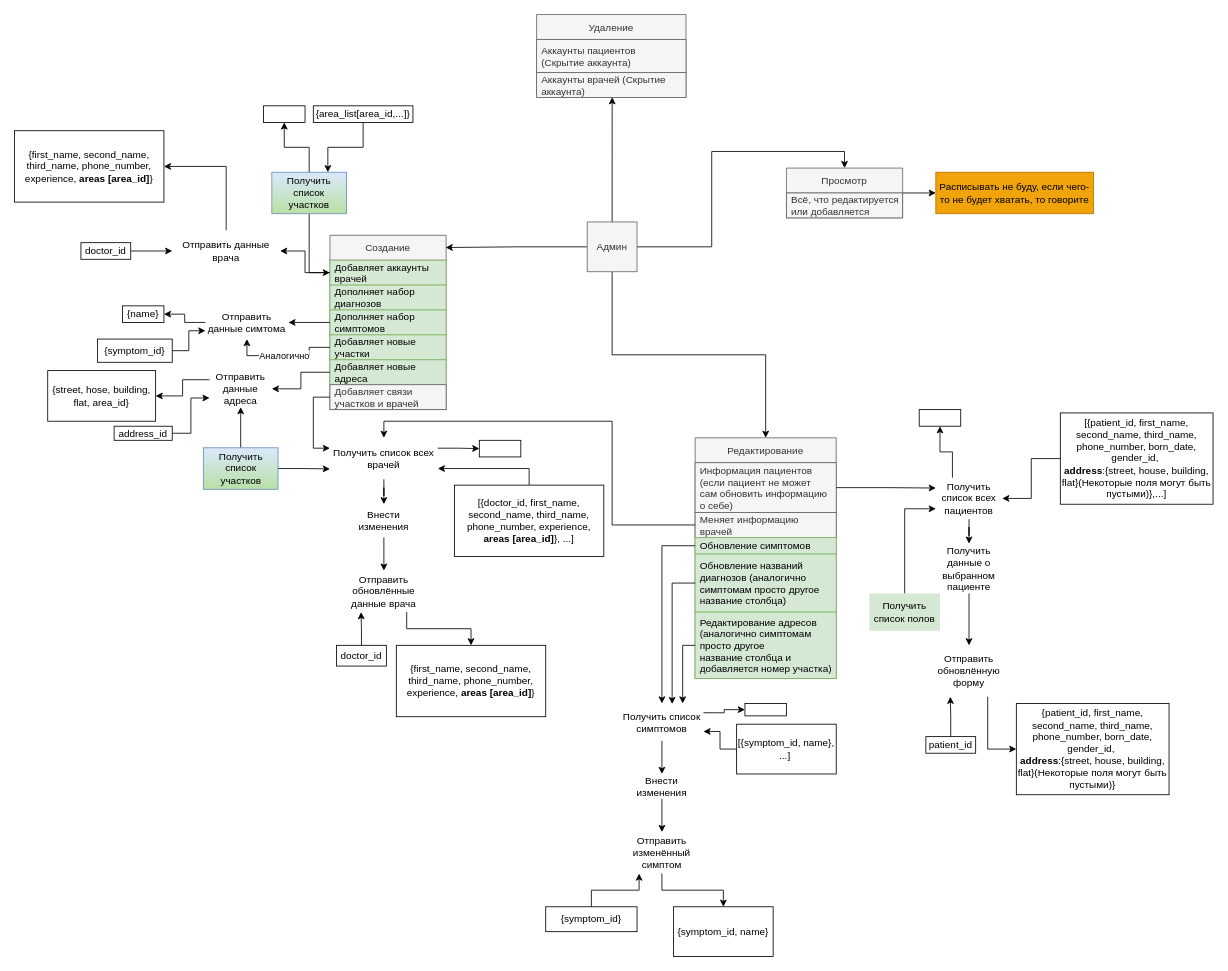
This is page "Админ" (4 of 5) of Требования к проекту.drawio from Rubelewaskes/Hospital, a draw.io file, before an edit. Source tidied: cells renumbered, new cells numbered last; positions are measured from the earlier drawing's top-left corner, leaving out a move shared by most shapes. Both pictures are drawn from the tidied source at 83%, with x=0, y=0 at pixel (14, 14).
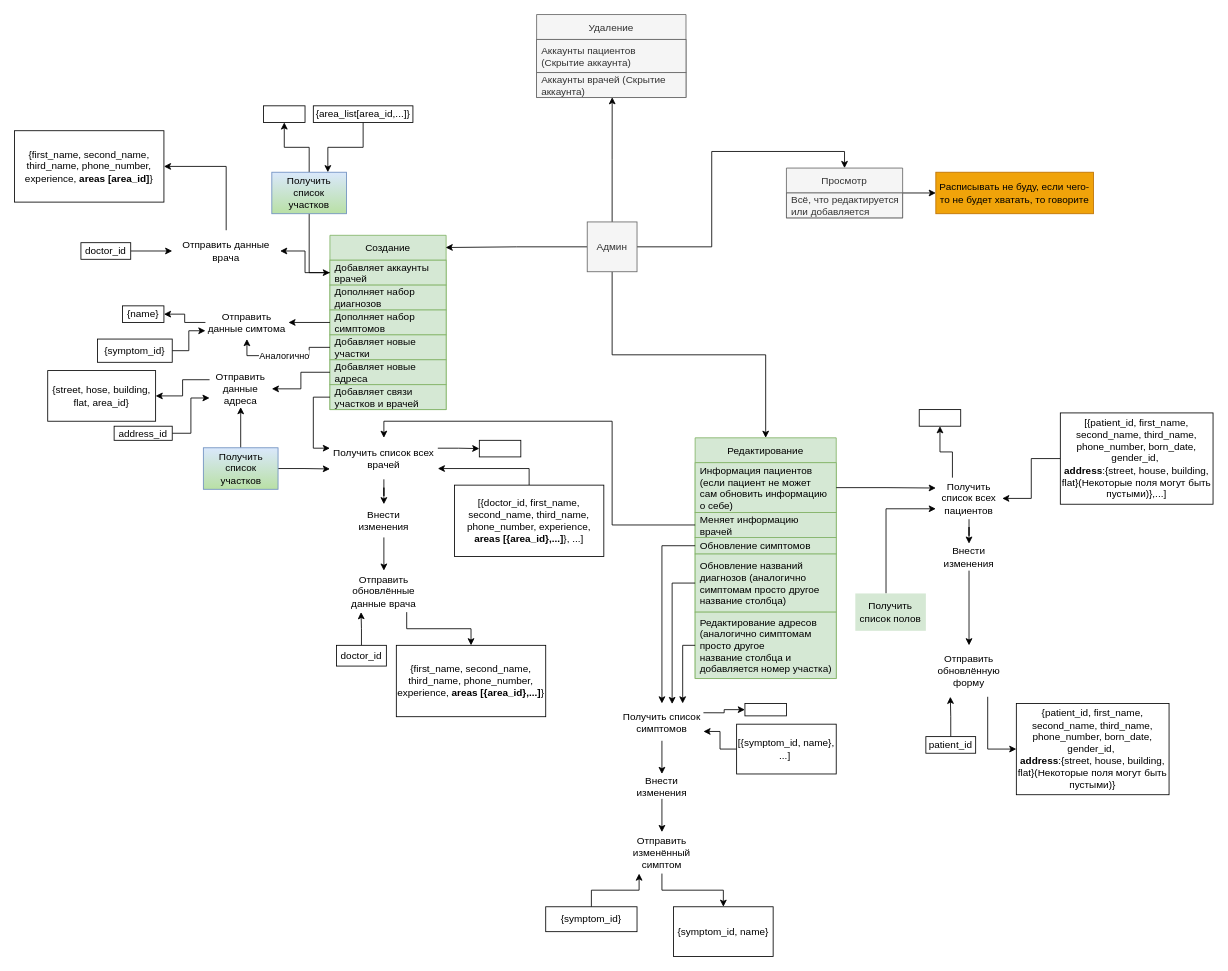
The same page after the edit.

The change refers to these unchanged cells:
```xml
<mxCell id="71" value="Получить список всех пациентов" style="text;html=1;strokeColor=none;fillColor=none;align=center;verticalAlign=middle;whiteSpace=wrap;rounded=0;" parent="1" vertex="1">
  <mxGeometry x="1110" y="558" width="80" height="50" as="geometry" />
</mxCell>
```

Change to the diagram source:
```diff
@@
-    <mxCell id="2" value="Создание" style="swimlane;fontStyle=0;horizontal=1;startSize=30;fillColor=#f5f5f5;fontColor=#333333;strokeColor=#666666;" parent="1" vertex="1">
+    <mxCell id="2" value="Создание" style="swimlane;fontStyle=0;horizontal=1;startSize=30;fillColor=#d5e8d4;strokeColor=#82b366;" parent="1" vertex="1">
       <mxGeometry x="380" y="266" width="140" height="210" as="geometry" />
     </mxCell>
@@
-    <mxCell id="8" value="Добавляет связи&#10;участков и врачей" style="text;strokeColor=#666666;fillColor=#f5f5f5;align=left;verticalAlign=middle;spacingLeft=4;spacingRight=4;overflow=hidden;points=[[0,0.5],[1,0.5]];portConstraint=eastwest;fontColor=#333333;" parent="2" vertex="1">
+    <mxCell id="8" value="Добавляет связи&#10;участков и врачей" style="text;strokeColor=#82b366;fillColor=#d5e8d4;align=left;verticalAlign=middle;spacingLeft=4;spacingRight=4;overflow=hidden;points=[[0,0.5],[1,0.5]];portConstraint=eastwest;" parent="2" vertex="1">
       <mxGeometry y="180" width="140" height="30" as="geometry" />
     </mxCell>
-    <mxCell id="9" value="Редактирование" style="swimlane;fontStyle=0;horizontal=1;startSize=30;fillColor=#f5f5f5;fontColor=#333333;strokeColor=#666666;" parent="1" vertex="1">
+    <mxCell id="9" value="Редактирование" style="swimlane;fontStyle=0;horizontal=1;startSize=30;fillColor=#d5e8d4;strokeColor=#82b366;" parent="1" vertex="1">
       <mxGeometry x="820" y="510" width="170" height="290" as="geometry" />
     </mxCell>
-    <mxCell id="10" value="Информация пациентов &#10;(если пациент не может &#10;сам обновить информацию&#10;о себе)" style="text;strokeColor=#666666;fillColor=#f5f5f5;align=left;verticalAlign=middle;spacingLeft=4;spacingRight=4;overflow=hidden;points=[[0,0.5],[1,0.5]];portConstraint=eastwest;fontColor=#333333;" parent="9" vertex="1">
+    <mxCell id="10" value="Информация пациентов &#10;(если пациент не может &#10;сам обновить информацию&#10;о себе)" style="text;strokeColor=#82b366;fillColor=#d5e8d4;align=left;verticalAlign=middle;spacingLeft=4;spacingRight=4;overflow=hidden;points=[[0,0.5],[1,0.5]];portConstraint=eastwest;" parent="9" vertex="1">
       <mxGeometry y="30" width="170" height="60" as="geometry" />
     </mxCell>
-    <mxCell id="11" value="Меняет информацию&#10;врачей" style="text;strokeColor=#666666;fillColor=#f5f5f5;align=left;verticalAlign=middle;spacingLeft=4;spacingRight=4;overflow=hidden;points=[[0,0.5],[1,0.5]];portConstraint=eastwest;fontColor=#333333;" parent="9" vertex="1">
+    <mxCell id="11" value="Меняет информацию&#10;врачей" style="text;strokeColor=#82b366;fillColor=#d5e8d4;align=left;verticalAlign=middle;spacingLeft=4;spacingRight=4;overflow=hidden;points=[[0,0.5],[1,0.5]];portConstraint=eastwest;" parent="9" vertex="1">
       <mxGeometry y="90" width="170" height="30" as="geometry" />
     </mxCell>
@@
-    <mxCell id="65" value="[{doctor_id, first_name, second_name, third_name, phone_number, experience, &lt;b&gt;areas [area_id]&lt;/b&gt;}, ...]" style="rounded=0;whiteSpace=wrap;html=1;" parent="1" vertex="1">
+    <mxCell id="65" value="[{doctor_id, first_name, second_name, third_name, phone_number, experience, &lt;b&gt;areas [{area_id},...]&lt;/b&gt;}, ...]" style="rounded=0;whiteSpace=wrap;html=1;" parent="1" vertex="1">
       <mxGeometry x="530" y="567" width="180" height="86" as="geometry" />
     </mxCell>
-    <mxCell id="66" value="{first_name, second_name, third_name, phone_number, experience, &lt;b&gt;areas [area_id]&lt;/b&gt;}" style="rounded=0;whiteSpace=wrap;html=1;" parent="1" vertex="1">
+    <mxCell id="66" value="{first_name, second_name, third_name, phone_number, experience, &lt;b&gt;areas [{area_id},...]&lt;/b&gt;}" style="rounded=0;whiteSpace=wrap;html=1;" parent="1" vertex="1">
       <mxGeometry x="460" y="760" width="180" height="86" as="geometry" />
     </mxCell>
@@
-    <mxCell id="75" value="Получить данные о выбранном пациенте" style="text;html=1;strokeColor=none;fillColor=none;align=center;verticalAlign=middle;whiteSpace=wrap;rounded=0;" parent="1" vertex="1">
-      <mxGeometry x="1100" y="637.5" width="100" height="60" as="geometry" />
+    <mxCell id="75" value="Внести изменения" style="text;html=1;strokeColor=none;fillColor=none;align=center;verticalAlign=middle;whiteSpace=wrap;rounded=0;" parent="1" vertex="1">
+      <mxGeometry x="1100" y="637.5" width="100" height="32.5" as="geometry" />
     </mxCell>
     <mxCell id="76" style="edgeStyle=orthogonalEdgeStyle;rounded=0;jettySize=auto;html=1;entryX=0;entryY=0.75;entryDx=0;entryDy=0;" parent="1" edge="1" source="77" target="71">
-      <mxGeometry relative="1" as="geometry" />
+      <mxGeometry relative="1" as="geometry">
+        <Array as="points">
+          <mxPoint x="1050" y="596" />
+        </Array>
+      </mxGeometry>
     </mxCell>
     <mxCell id="77" value="Получить список полов" style="text;html=1;strokeColor=none;fillColor=#d5e8d4;align=center;verticalAlign=middle;whiteSpace=wrap;rounded=0;" parent="1" vertex="1">
-      <mxGeometry x="1030" y="697.5" width="85" height="45" as="geometry" />
+      <mxGeometry x="1013" y="697.5" width="85" height="45" as="geometry" />
     </mxCell>
```
